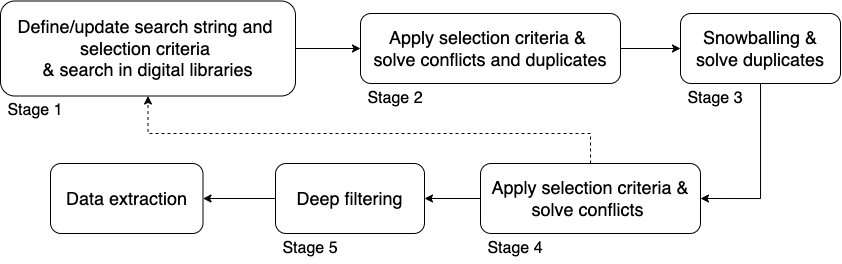
Above: figure/selection_process.png in ruizhengu/XR-testing-study (draw.io), before the change. Source tidied: cells renumbered, new cells last; positions are measured from the earlier drawing's top-left corner, leaving out a move shared by most shapes.
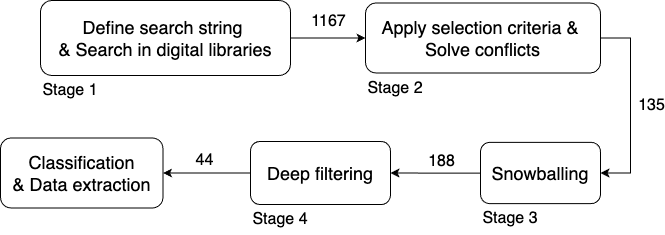
After the change.

Diff of the diagram source:
```diff
@@ -2,61 +2,69 @@
   <root>
     <mxCell id="0" />
     <mxCell id="1" parent="0" />
-    <mxCell id="2" style="edgeStyle=orthogonalEdgeStyle;rounded=0;jettySize=auto;html=1;entryX=0;entryY=0.5;entryDx=0;entryDy=0;" parent="1" edge="1" source="3" target="5">
+    <mxCell id="2" style="edgeStyle=orthogonalEdgeStyle;rounded=0;jettySize=auto;html=1;entryX=0;entryY=0.5;entryDx=0;entryDy=0;" parent="1" edge="1" source="4" target="7">
       <mxGeometry relative="1" as="geometry" />
     </mxCell>
-    <mxCell id="3" value="&lt;font style=&quot;font-size: 18px;&quot;&gt;Define/update search string and&amp;nbsp;&lt;/font&gt;&lt;div&gt;&lt;font style=&quot;font-size: 18px;&quot;&gt;selection criteria&amp;nbsp;&lt;/font&gt;&lt;/div&gt;&lt;div&gt;&lt;font style=&quot;font-size: 18px;&quot;&gt;&amp;amp; s&lt;/font&gt;&lt;span style=&quot;font-size: 18px; background-color: initial;&quot;&gt;earch in digital libraries&lt;/span&gt;&lt;/div&gt;" style="rounded=1;whiteSpace=wrap;html=1;" parent="1" vertex="1">
-      <mxGeometry y="-0.5" width="295" height="95" as="geometry" />
+    <mxCell id="3" value="&lt;font style=&quot;font-size: 16px;&quot;&gt;1167&lt;/font&gt;" style="edgeLabel;html=1;align=center;verticalAlign=middle;points=[];" parent="2" vertex="1">
+      <mxGeometry x="-0.02" y="1" relative="1" as="geometry">
+        <mxPoint y="-16" as="offset" />
+      </mxGeometry>
     </mxCell>
-    <mxCell id="4" style="edgeStyle=orthogonalEdgeStyle;rounded=0;jettySize=auto;html=1;entryX=0;entryY=0.5;entryDx=0;entryDy=0;" parent="1" edge="1" source="5" target="7">
-      <mxGeometry relative="1" as="geometry" />
+    <mxCell id="4" value="&lt;font style=&quot;font-size: 18px;&quot;&gt;Define search string&amp;nbsp;&lt;/font&gt;&lt;div&gt;&lt;font style=&quot;font-size: 18px;&quot;&gt;&amp;amp; S&lt;/font&gt;&lt;span style=&quot;font-size: 18px; background-color: initial;&quot;&gt;earch in digital libraries&lt;/span&gt;&lt;/div&gt;" style="rounded=1;whiteSpace=wrap;html=1;" parent="1" vertex="1">
+      <mxGeometry x="10" y="472" width="250" height="75" as="geometry" />
     </mxCell>
-    <mxCell id="5" value="&lt;span style=&quot;font-size: 18px;&quot;&gt;Apply selection criteria &amp;amp;&amp;nbsp;&lt;/span&gt;&lt;div&gt;&lt;span style=&quot;font-size: 18px; background-color: initial;&quot;&gt;solve conflicts and duplicates&lt;/span&gt;&lt;/div&gt;" style="rounded=1;whiteSpace=wrap;html=1;" parent="1" vertex="1">
-      <mxGeometry x="360" y="12" width="260" height="70" as="geometry" />
+    <mxCell id="5" style="edgeStyle=orthogonalEdgeStyle;rounded=0;jettySize=auto;html=1;entryX=1;entryY=0.5;entryDx=0;entryDy=0;" parent="1" edge="1" source="7" target="10">
+      <mxGeometry relative="1" as="geometry">
+        <Array as="points">
+          <mxPoint x="600" y="509" />
+          <mxPoint x="600" y="645" />
+        </Array>
+      </mxGeometry>
     </mxCell>
-    <mxCell id="6" style="edgeStyle=orthogonalEdgeStyle;rounded=0;jettySize=auto;html=1;entryX=1;entryY=0.5;entryDx=0;entryDy=0;" parent="1" edge="1" source="7" target="10">
-      <mxGeometry relative="1" as="geometry" />
+    <mxCell id="6" value="&lt;font style=&quot;font-size: 16px;&quot;&gt;135&lt;/font&gt;" style="edgeLabel;html=1;align=center;verticalAlign=middle;" parent="5" vertex="1">
+      <mxGeometry x="0.01" y="2" relative="1" as="geometry">
+        <mxPoint x="18" y="-1" as="offset" />
+      </mxGeometry>
     </mxCell>
-    <mxCell id="7" value="&lt;span style=&quot;font-size: 18px;&quot;&gt;Snowballing &amp;amp;&lt;/span&gt;&lt;div&gt;&lt;span style=&quot;font-size: 18px;&quot;&gt;solve duplicates&lt;/span&gt;&lt;/div&gt;" style="rounded=1;whiteSpace=wrap;html=1;" parent="1" vertex="1">
-      <mxGeometry x="680" y="12" width="160" height="70" as="geometry" />
+    <mxCell id="7" value="&lt;span style=&quot;font-size: 18px;&quot;&gt;Apply selection criteria &amp;amp;&amp;nbsp;&lt;/span&gt;&lt;div&gt;&lt;span style=&quot;font-size: 18px; background-color: initial;&quot;&gt;Solve conflicts&lt;/span&gt;&lt;/div&gt;" style="rounded=1;whiteSpace=wrap;html=1;" parent="1" vertex="1">
+      <mxGeometry x="335" y="474.5" width="235" height="70" as="geometry" />
     </mxCell>
-    <mxCell id="8" style="edgeStyle=orthogonalEdgeStyle;rounded=0;jettySize=auto;html=1;" parent="1" edge="1" source="10" target="17">
+    <mxCell id="8" style="edgeStyle=orthogonalEdgeStyle;rounded=0;jettySize=auto;html=1;entryX=1;entryY=0.5;entryDx=0;entryDy=0;" parent="1" edge="1" source="10" target="15">
       <mxGeometry relative="1" as="geometry" />
     </mxCell>
-    <mxCell id="9" style="edgeStyle=orthogonalEdgeStyle;rounded=0;jettySize=auto;html=1;entryX=0.5;entryY=1;entryDx=0;entryDy=0;dashed=1;" parent="1" edge="1" source="10" target="3">
-      <mxGeometry relative="1" as="geometry">
-        <Array as="points">
-          <mxPoint x="590" y="132" />
-          <mxPoint x="148" y="132" />
-        </Array>
+    <mxCell id="9" value="&lt;font style=&quot;font-size: 16px;&quot;&gt;188&lt;/font&gt;" style="edgeLabel;html=1;align=center;verticalAlign=middle;" parent="8" vertex="1">
+      <mxGeometry x="0.21" y="-1" relative="1" as="geometry">
+        <mxPoint x="14" y="-11" as="offset" />
       </mxGeometry>
     </mxCell>
-    <mxCell id="10" value="&lt;span style=&quot;font-size: 18px;&quot;&gt;Apply selection criteria &amp;amp;&lt;/span&gt;&lt;div&gt;&lt;span style=&quot;font-size: 18px;&quot;&gt;solve conflicts&amp;nbsp;&lt;/span&gt;&lt;/div&gt;" style="rounded=1;whiteSpace=wrap;html=1;" parent="1" vertex="1">
-      <mxGeometry x="480" y="162" width="220" height="70" as="geometry" />
+    <mxCell id="10" value="&lt;span style=&quot;font-size: 18px;&quot;&gt;Snowballing&lt;/span&gt;" style="rounded=1;whiteSpace=wrap;html=1;" parent="1" vertex="1">
+      <mxGeometry x="450" y="613.9" width="120" height="61.2" as="geometry" />
     </mxCell>
-    <mxCell id="11" value="&lt;span style=&quot;font-size: 18px;&quot;&gt;Data extraction&lt;/span&gt;" style="rounded=1;whiteSpace=wrap;html=1;" parent="1" vertex="1">
-      <mxGeometry x="50" y="162" width="152.5" height="70" as="geometry" />
+    <mxCell id="11" value="&lt;div&gt;&lt;span style=&quot;font-size: 18px;&quot;&gt;Classification&lt;/span&gt;&lt;/div&gt;&lt;span style=&quot;font-size: 18px;&quot;&gt;&amp;amp; Data extraction&lt;/span&gt;" style="rounded=1;whiteSpace=wrap;html=1;" parent="1" vertex="1">
+      <mxGeometry x="-30" y="609.5" width="162.5" height="70" as="geometry" />
     </mxCell>
     <mxCell id="12" value="&lt;font style=&quot;font-size: 16px;&quot;&gt;Stage 1&lt;/font&gt;" style="text;html=1;align=center;verticalAlign=middle;whiteSpace=wrap;rounded=0;" parent="1" vertex="1">
-      <mxGeometry y="94.5" width="70" height="30" as="geometry" />
+      <mxGeometry x="10" y="547" width="60" height="30" as="geometry" />
     </mxCell>
-    <mxCell id="13" value="&lt;font style=&quot;font-size: 16px;&quot;&gt;Stage 2&lt;/font&gt;" style="text;html=1;align=center;verticalAlign=middle;whiteSpace=wrap;rounded=0;" parent="1" vertex="1">
-      <mxGeometry x="360" y="82" width="70" height="30" as="geometry" />
+    <mxCell id="13" style="edgeStyle=orthogonalEdgeStyle;rounded=0;jettySize=auto;html=1;" parent="1" edge="1" source="15" target="11">
+      <mxGeometry relative="1" as="geometry" />
     </mxCell>
-    <mxCell id="14" value="&lt;font style=&quot;font-size: 16px;&quot;&gt;Stage 3&lt;/font&gt;" style="text;html=1;align=center;verticalAlign=middle;whiteSpace=wrap;rounded=0;" parent="1" vertex="1">
-      <mxGeometry x="680" y="82" width="70" height="30" as="geometry" />
+    <mxCell id="14" value="&lt;font style=&quot;font-size: 16px;&quot;&gt;44&lt;/font&gt;" style="edgeLabel;html=1;align=center;verticalAlign=middle;" parent="13" vertex="1">
+      <mxGeometry x="0.06" y="-4" relative="1" as="geometry">
+        <mxPoint y="-9" as="offset" />
+      </mxGeometry>
     </mxCell>
-    <mxCell id="15" value="&lt;font style=&quot;font-size: 16px;&quot;&gt;Stage 4&lt;/font&gt;" style="text;html=1;align=center;verticalAlign=middle;whiteSpace=wrap;rounded=0;" parent="1" vertex="1">
-      <mxGeometry x="480" y="232" width="70" height="30" as="geometry" />
+    <mxCell id="15" value="&lt;span style=&quot;font-size: 18px;&quot;&gt;Deep filtering&lt;/span&gt;" style="rounded=1;whiteSpace=wrap;html=1;" parent="1" vertex="1">
+      <mxGeometry x="220" y="612.9" width="140" height="63.1" as="geometry" />
     </mxCell>
-    <mxCell id="16" style="edgeStyle=orthogonalEdgeStyle;rounded=0;jettySize=auto;html=1;" parent="1" edge="1" source="17" target="11">
-      <mxGeometry relative="1" as="geometry" />
+    <mxCell id="16" value="&lt;font style=&quot;font-size: 16px;&quot;&gt;Stage 2&lt;/font&gt;" style="text;html=1;align=center;verticalAlign=middle;whiteSpace=wrap;rounded=0;" parent="1" vertex="1">
+      <mxGeometry x="335" y="544.5" width="60" height="30" as="geometry" />
     </mxCell>
-    <mxCell id="17" value="&lt;span style=&quot;font-size: 18px;&quot;&gt;Deep filtering&lt;/span&gt;" style="rounded=1;whiteSpace=wrap;html=1;" parent="1" vertex="1">
-      <mxGeometry x="275" y="162" width="149" height="70" as="geometry" />
+    <mxCell id="17" value="&lt;font style=&quot;font-size: 16px;&quot;&gt;Stage 3&lt;/font&gt;" style="text;html=1;align=center;verticalAlign=middle;whiteSpace=wrap;rounded=0;" parent="1" vertex="1">
+      <mxGeometry x="450" y="675.1" width="60" height="30" as="geometry" />
     </mxCell>
-    <mxCell id="18" value="&lt;font style=&quot;font-size: 16px;&quot;&gt;Stage 5&lt;/font&gt;" style="text;html=1;align=center;verticalAlign=middle;whiteSpace=wrap;rounded=0;" parent="1" vertex="1">
-      <mxGeometry x="275" y="232" width="70" height="30" as="geometry" />
+    <mxCell id="18" value="&lt;font style=&quot;font-size: 16px;&quot;&gt;Stage 4&lt;/font&gt;" style="text;html=1;align=center;verticalAlign=middle;whiteSpace=wrap;rounded=0;" parent="1" vertex="1">
+      <mxGeometry x="220" y="676.1" width="60" height="30" as="geometry" />
     </mxCell>
   </root>
 </mxGraphModel>
```
